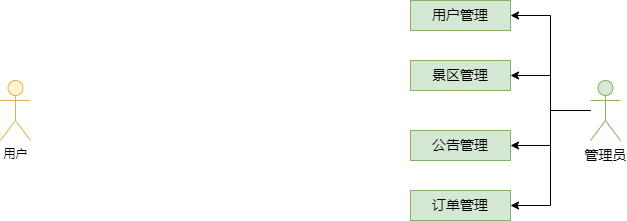
The draw.io diagram sql/系统业务流程图.png in ren9901/tourism-j2ee-wx, before a commit. Source tidied: cells renumbered, new cells last; positions are measured from the earlier drawing's top-left corner, leaving out a move shared by most shapes.
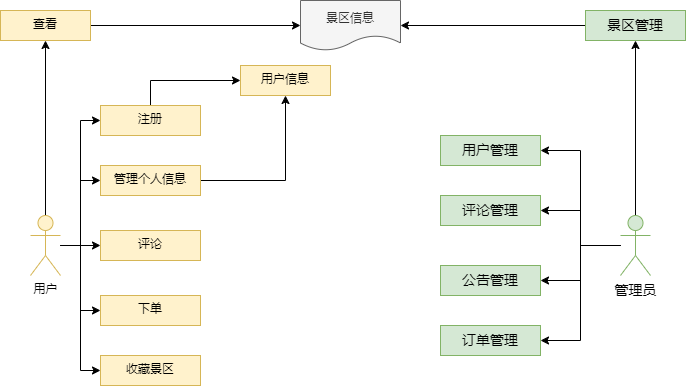
Later version of the same file.

Commit message:
更新系统业务流程图.png

The edit, as a diff of the source:
```diff
@@ -34,9 +34,50 @@
         </Array>
       </mxGeometry>
     </mxCell>
+    <mxCell id="12" style="edgeStyle=orthogonalEdgeStyle;rounded=0;jettySize=auto;html=1;" parent="1" edge="1" source="6" target="30">
+      <mxGeometry relative="1" as="geometry" />
+    </mxCell>
     <mxCell id="6" value="管理员" style="shape=umlActor;verticalLabelPosition=bottom;verticalAlign=top;html=1;outlineConnect=0;fontSize=14;fillColor=#d5e8d4;strokeColor=#82b366;fillStyle=auto;" parent="1" vertex="1">
       <mxGeometry x="590" y="80" width="30" height="60" as="geometry" />
     </mxCell>
+    <mxCell id="13" style="edgeStyle=orthogonalEdgeStyle;rounded=0;jettySize=auto;html=1;" parent="1" edge="1" source="7" target="20">
+      <mxGeometry relative="1" as="geometry">
+        <Array as="points">
+          <mxPoint x="50" y="110" />
+          <mxPoint x="50" y="-15" />
+        </Array>
+      </mxGeometry>
+    </mxCell>
+    <mxCell id="14" style="edgeStyle=orthogonalEdgeStyle;rounded=0;jettySize=auto;html=1;" parent="1" edge="1" source="7" target="22">
+      <mxGeometry relative="1" as="geometry">
+        <Array as="points">
+          <mxPoint x="50" y="110" />
+          <mxPoint x="50" y="45" />
+        </Array>
+      </mxGeometry>
+    </mxCell>
+    <mxCell id="15" style="edgeStyle=orthogonalEdgeStyle;rounded=0;jettySize=auto;html=1;" parent="1" edge="1" source="7" target="23">
+      <mxGeometry relative="1" as="geometry" />
+    </mxCell>
+    <mxCell id="16" style="edgeStyle=orthogonalEdgeStyle;rounded=0;jettySize=auto;html=1;" parent="1" edge="1" source="7" target="24">
+      <mxGeometry relative="1" as="geometry">
+        <Array as="points">
+          <mxPoint x="50" y="110" />
+          <mxPoint x="50" y="175" />
+        </Array>
+      </mxGeometry>
+    </mxCell>
+    <mxCell id="17" style="edgeStyle=orthogonalEdgeStyle;rounded=0;jettySize=auto;html=1;" parent="1" edge="1" source="7" target="26">
+      <mxGeometry relative="1" as="geometry">
+        <Array as="points">
+          <mxPoint x="50" y="110" />
+          <mxPoint x="50" y="235" />
+        </Array>
+      </mxGeometry>
+    </mxCell>
+    <mxCell id="18" style="edgeStyle=orthogonalEdgeStyle;rounded=0;jettySize=auto;html=1;" parent="1" edge="1" source="7" target="28">
+      <mxGeometry relative="1" as="geometry" />
+    </mxCell>
     <mxCell id="7" value="用户" style="shape=umlActor;verticalLabelPosition=bottom;verticalAlign=top;html=1;outlineConnect=0;fillColor=#fff2cc;strokeColor=#d6b656;" parent="1" vertex="1">
       <mxGeometry y="80" width="30" height="60" as="geometry" />
     </mxCell>
@@ -46,11 +87,54 @@
     <mxCell id="9" value="订单管理" style="whiteSpace=wrap;html=1;fontSize=14;verticalAlign=top;fillColor=#d5e8d4;strokeColor=#82b366;fillStyle=auto;" parent="1" vertex="1">
       <mxGeometry x="410" y="190" width="100" height="30" as="geometry" />
     </mxCell>
-    <mxCell id="10" value="景区管理" style="whiteSpace=wrap;html=1;fontSize=14;verticalAlign=top;fillColor=#d5e8d4;strokeColor=#82b366;fillStyle=auto;" parent="1" vertex="1">
+    <mxCell id="10" value="评论管理" style="whiteSpace=wrap;html=1;fontSize=14;verticalAlign=top;fillColor=#d5e8d4;strokeColor=#82b366;fillStyle=auto;" parent="1" vertex="1">
       <mxGeometry x="410" y="60" width="100" height="30" as="geometry" />
     </mxCell>
     <mxCell id="11" value="公告管理" style="whiteSpace=wrap;html=1;fontSize=14;verticalAlign=top;fillColor=#d5e8d4;strokeColor=#82b366;fillStyle=auto;" parent="1" vertex="1">
       <mxGeometry x="410" y="130" width="100" height="30" as="geometry" />
     </mxCell>
+    <mxCell id="19" style="edgeStyle=orthogonalEdgeStyle;rounded=0;jettySize=auto;html=1;" parent="1" edge="1" source="20" target="31">
+      <mxGeometry relative="1" as="geometry">
+        <Array as="points">
+          <mxPoint x="120" y="-55" />
+        </Array>
+      </mxGeometry>
+    </mxCell>
+    <mxCell id="20" value="注册" style="whiteSpace=wrap;html=1;verticalAlign=top;fillColor=#fff2cc;strokeColor=#d6b656;" parent="1" vertex="1">
+      <mxGeometry x="70" y="-30" width="100" height="30" as="geometry" />
+    </mxCell>
+    <mxCell id="21" style="edgeStyle=orthogonalEdgeStyle;rounded=0;jettySize=auto;html=1;" parent="1" edge="1" source="22" target="31">
+      <mxGeometry relative="1" as="geometry" />
+    </mxCell>
+    <mxCell id="22" value="管理个人信息" style="whiteSpace=wrap;html=1;verticalAlign=top;fillColor=#fff2cc;strokeColor=#d6b656;" parent="1" vertex="1">
+      <mxGeometry x="70" y="30" width="100" height="30" as="geometry" />
+    </mxCell>
+    <mxCell id="23" value="评论" style="whiteSpace=wrap;html=1;verticalAlign=top;fillColor=#fff2cc;strokeColor=#d6b656;" parent="1" vertex="1">
+      <mxGeometry x="70" y="95" width="100" height="30" as="geometry" />
+    </mxCell>
+    <mxCell id="24" value="下单" style="whiteSpace=wrap;html=1;verticalAlign=top;fillColor=#fff2cc;strokeColor=#d6b656;" parent="1" vertex="1">
+      <mxGeometry x="70" y="160" width="100" height="30" as="geometry" />
+    </mxCell>
+    <mxCell id="25" value="景区信息" style="shape=document;whiteSpace=wrap;html=1;boundedLbl=1;fillColor=#f5f5f5;fontColor=#333333;strokeColor=#666666;" parent="1" vertex="1">
+      <mxGeometry x="270" y="-135" width="100" height="50" as="geometry" />
+    </mxCell>
+    <mxCell id="26" value="收藏景区" style="whiteSpace=wrap;html=1;verticalAlign=top;fillColor=#fff2cc;strokeColor=#d6b656;" parent="1" vertex="1">
+      <mxGeometry x="70" y="220" width="100" height="30" as="geometry" />
+    </mxCell>
+    <mxCell id="27" style="edgeStyle=orthogonalEdgeStyle;rounded=0;jettySize=auto;html=1;entryX=0;entryY=0.5;entryDx=0;entryDy=0;" parent="1" edge="1" source="28" target="25">
+      <mxGeometry relative="1" as="geometry" />
+    </mxCell>
+    <mxCell id="28" value="查看" style="whiteSpace=wrap;html=1;verticalAlign=top;fillColor=#fff2cc;strokeColor=#d6b656;" parent="1" vertex="1">
+      <mxGeometry x="-30" y="-125" width="90" height="30" as="geometry" />
+    </mxCell>
+    <mxCell id="29" style="edgeStyle=orthogonalEdgeStyle;rounded=0;jettySize=auto;html=1;entryX=1;entryY=0.5;entryDx=0;entryDy=0;" parent="1" edge="1" source="30" target="25">
+      <mxGeometry relative="1" as="geometry" />
+    </mxCell>
+    <mxCell id="30" value="景区管理" style="whiteSpace=wrap;html=1;fontSize=14;verticalAlign=top;fillColor=#d5e8d4;strokeColor=#82b366;fillStyle=auto;" parent="1" vertex="1">
+      <mxGeometry x="555" y="-125" width="100" height="30" as="geometry" />
+    </mxCell>
+    <mxCell id="31" value="用户信息" style="whiteSpace=wrap;html=1;verticalAlign=top;fillColor=#fff2cc;strokeColor=#d6b656;" parent="1" vertex="1">
+      <mxGeometry x="210" y="-70" width="90" height="30" as="geometry" />
+    </mxCell>
   </root>
 </mxGraphModel>
```
